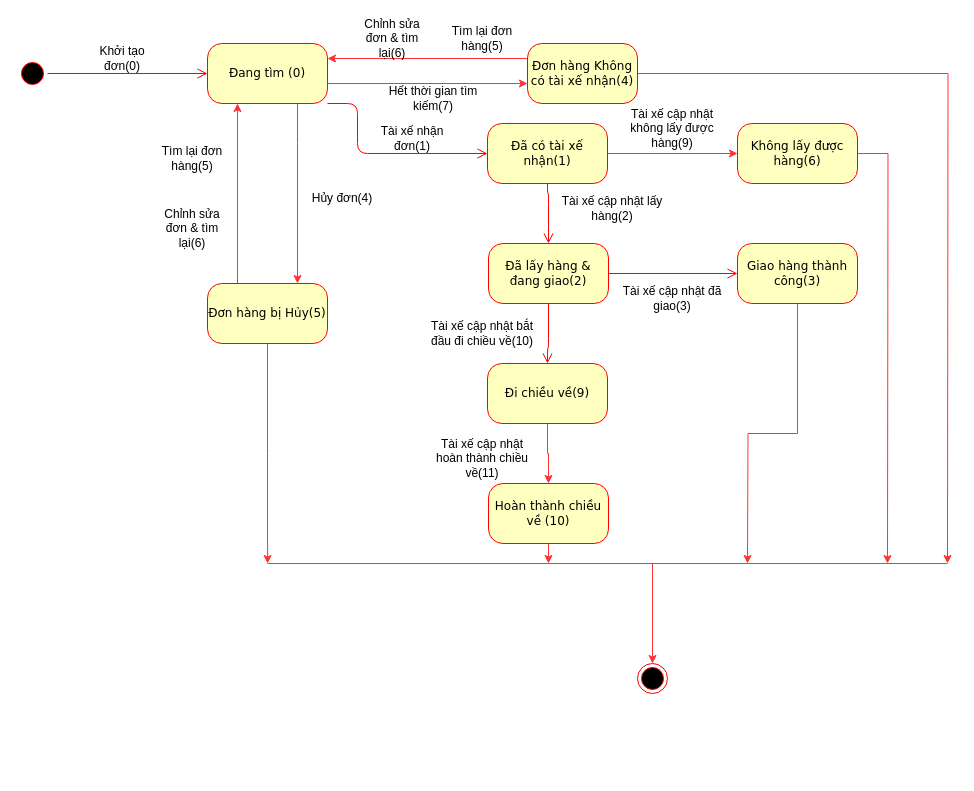
LightKnight3r/TestProject keeps this draw.io diagram as Untitled Diagram.drawio. Above is the earlier version. Source tidied: cells renumbered, new cells numbered last; positions are measured from the earlier drawing's top-left corner, leaving out a move shared by most shapes. Both pictures are drawn from the tidied source at 100%, with x=0, y=0 at pixel (17, 23).
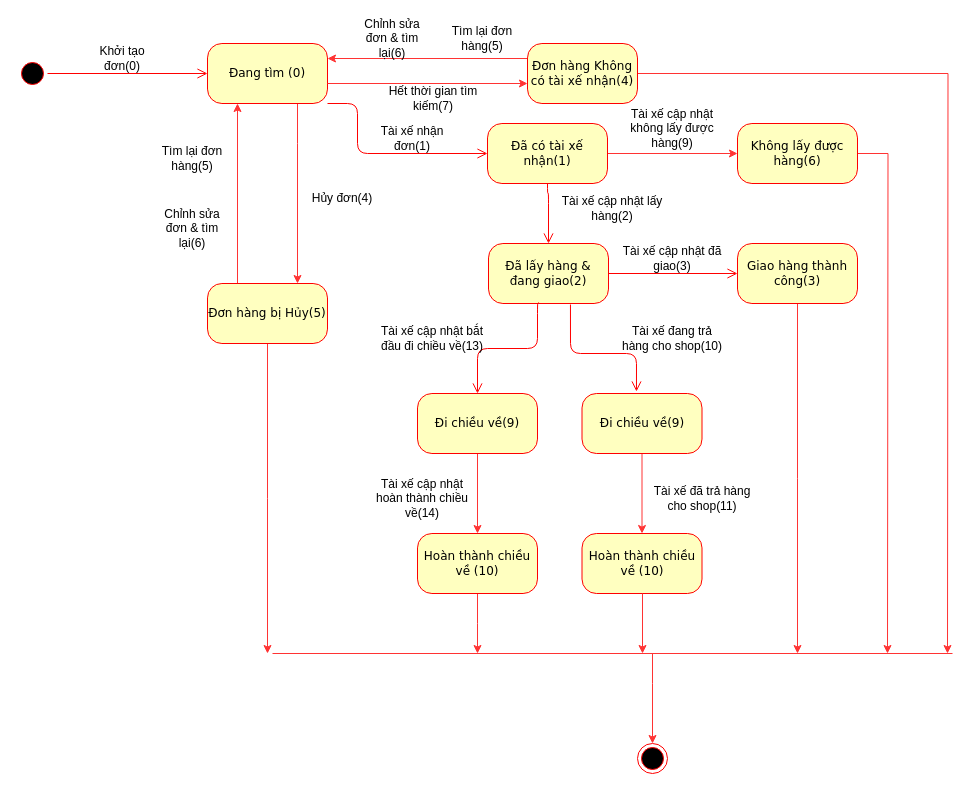
Above is the later version.

Unchanged cells that the change refers to:
```xml
<mxCell id="4" value="Đang tìm (0)" style="rounded=1;whiteSpace=wrap;html=1;arcSize=24;fillColor=#ffffc0;strokeColor=#ff0000;shadow=0;comic=0;labelBackgroundColor=none;fontFamily=Verdana;fontSize=12;fontColor=#000000;align=center;" parent="1" vertex="1">
  <mxGeometry x="190" y="20" width="120" height="60" as="geometry" />
</mxCell>
<mxCell id="6" value="Đã có tài xế nhận(1)" style="rounded=1;whiteSpace=wrap;html=1;arcSize=24;fillColor=#ffffc0;strokeColor=#ff0000;shadow=0;comic=0;labelBackgroundColor=none;fontFamily=Verdana;fontSize=12;fontColor=#000000;align=center;" parent="1" vertex="1">
  <mxGeometry x="470" y="100" width="120" height="60" as="geometry" />
</mxCell>
<mxCell id="8" value="Giao hàng thành công(3)" style="rounded=1;whiteSpace=wrap;html=1;arcSize=24;fillColor=#ffffc0;strokeColor=#ff0000;shadow=0;comic=0;labelBackgroundColor=none;fontFamily=Verdana;fontSize=12;fontColor=#000000;align=center;" parent="1" vertex="1">
  <mxGeometry x="720" y="220" width="120" height="60" as="geometry" />
</mxCell>
<mxCell id="9" value="Đã lấy hàng &amp;amp; đang giao(2)" style="rounded=1;whiteSpace=wrap;html=1;arcSize=24;fillColor=#ffffc0;strokeColor=#ff0000;shadow=0;comic=0;labelBackgroundColor=none;fontFamily=Verdana;fontSize=12;fontColor=#000000;align=center;" parent="1" vertex="1">
  <mxGeometry x="471" y="220" width="120" height="60" as="geometry" />
</mxCell>
<mxCell id="21" value="Không lấy được hàng(6)" style="rounded=1;whiteSpace=wrap;html=1;arcSize=24;fillColor=#ffffc0;strokeColor=#ff0000;shadow=0;comic=0;labelBackgroundColor=none;fontFamily=Verdana;fontSize=12;fontColor=#000000;align=center;" parent="1" vertex="1">
  <mxGeometry x="720" y="100" width="120" height="60" as="geometry" />
</mxCell>
<mxCell id="24" value="Đơn hàng Không có tài xế nhận(4)" style="rounded=1;whiteSpace=wrap;html=1;arcSize=24;fillColor=#ffffc0;strokeColor=#ff0000;shadow=0;comic=0;labelBackgroundColor=none;fontFamily=Verdana;fontSize=12;fontColor=#000000;align=center;" parent="1" vertex="1">
  <mxGeometry x="510" y="20" width="110" height="60" as="geometry" />
</mxCell>
<mxCell id="27" value="Đơn hàng bị Hủy(5)" style="rounded=1;whiteSpace=wrap;html=1;arcSize=24;fillColor=#ffffc0;strokeColor=#ff0000;shadow=0;comic=0;labelBackgroundColor=none;fontFamily=Verdana;fontSize=12;fontColor=#000000;align=center;" parent="1" vertex="1">
  <mxGeometry x="190" y="260" width="120" height="60" as="geometry" />
</mxCell>
```

The edit, as a diff of the source:
```diff
@@
     <mxCell id="7" style="edgeStyle=orthogonalEdgeStyle;rounded=0;jettySize=auto;html=1;strokeColor=#FF3333;" parent="1" edge="1" source="8">
       <mxGeometry relative="1" as="geometry">
-        <mxPoint x="730" y="540" as="targetPoint" />
+        <mxPoint x="780" y="630" as="targetPoint" />
       </mxGeometry>
     </mxCell>
@@
-    <mxCell id="11" style="edgeStyle=orthogonalEdgeStyle;html=1;labelBackgroundColor=none;endArrow=open;endSize=8;strokeColor=#ff0000;fontFamily=Verdana;fontSize=12;align=left;entryX=0;entryY=0.5;exitX=1;exitY=1;exitDx=0;exitDy=0;" parent="1" edge="1" source="4" target="6">
+    <mxCell id="11" style="edgeStyle=orthogonalEdgeStyle;html=1;labelBackgroundColor=none;endArrow=open;endSize=8;strokeColor=#ff0000;fontFamily=Verdana;fontSize=12;align=left;entryX=0;entryY=0.5;" parent="1" edge="1" source="4" target="6">
       <mxGeometry relative="1" as="geometry">
         <Array as="points">
           <mxPoint x="340" y="80" />
           <mxPoint x="340" y="130" />
         </Array>
       </mxGeometry>
     </mxCell>
@@
     <mxCell id="15" value="Đi chiều về(9)" style="rounded=1;whiteSpace=wrap;html=1;arcSize=24;fillColor=#ffffc0;strokeColor=#ff0000;shadow=0;comic=0;labelBackgroundColor=none;fontFamily=Verdana;fontSize=12;fontColor=#000000;align=center;" parent="1" vertex="1">
-      <mxGeometry x="470" y="340" width="120" height="60" as="geometry" />
+      <mxGeometry x="400" y="370" width="120" height="60" as="geometry" />
     </mxCell>
-    <mxCell id="16" style="edgeStyle=orthogonalEdgeStyle;html=1;exitX=0.5;exitY=1;entryX=0.5;entryY=0;labelBackgroundColor=none;endArrow=open;endSize=8;strokeColor=#ff0000;fontFamily=Verdana;fontSize=12;align=left;exitDx=0;exitDy=0;entryDx=0;entryDy=0;" parent="1" edge="1" source="9" target="15">
+    <mxCell id="16" style="edgeStyle=orthogonalEdgeStyle;html=1;exitX=0.417;exitY=0.983;entryX=0.5;entryY=0;labelBackgroundColor=none;endArrow=open;endSize=8;strokeColor=#ff0000;fontFamily=Verdana;fontSize=12;align=left;exitDx=0;exitDy=0;entryDx=0;entryDy=0;exitPerimeter=0;" parent="1" edge="1" source="9" target="15">
       <mxGeometry relative="1" as="geometry">
         <Array as="points">
-          <mxPoint x="530" y="325" />
+          <mxPoint x="521" y="280" />
+          <mxPoint x="520" y="280" />
+          <mxPoint x="520" y="325" />
+          <mxPoint x="460" y="325" />
         </Array>
       </mxGeometry>
     </mxCell>
     <mxCell id="17" style="ellipse;html=1;shape=endState;fillColor=#000000;strokeColor=#ff0000;rounded=1;shadow=0;comic=0;labelBackgroundColor=none;fontFamily=Verdana;fontSize=12;fontColor=#000000;align=center;" parent="1" vertex="1">
-      <mxGeometry x="620" y="640" width="30" height="30" as="geometry" />
+      <mxGeometry x="620" y="720" width="30" height="30" as="geometry" />
     </mxCell>
-    <mxCell id="18" style="edgeStyle=orthogonalEdgeStyle;rounded=0;jettySize=auto;html=1;strokeColor=#FF3333;" parent="1" edge="1" source="19">
+    <mxCell id="18" style="edgeStyle=orthogonalEdgeStyle;rounded=0;jettySize=auto;html=1;strokeColor=#FF3333;exitX=0.5;exitY=1;exitDx=0;exitDy=0;" parent="1" edge="1" source="19">
       <mxGeometry relative="1" as="geometry">
-        <mxPoint x="530" y="540" as="targetPoint" />
+        <mxPoint x="460" y="630" as="targetPoint" />
       </mxGeometry>
     </mxCell>
     <mxCell id="19" value="Hoàn thành chiều về (10)" style="rounded=1;whiteSpace=wrap;html=1;arcSize=24;fillColor=#ffffc0;strokeColor=#ff0000;shadow=0;comic=0;labelBackgroundColor=none;fontFamily=Verdana;fontSize=12;fontColor=#000000;align=center;" parent="1" vertex="1">
-      <mxGeometry x="471" y="460" width="120" height="60" as="geometry" />
+      <mxGeometry x="400" y="510" width="120" height="60" as="geometry" />
     </mxCell>
     <mxCell id="20" style="edgeStyle=orthogonalEdgeStyle;rounded=0;jettySize=auto;html=1;strokeColor=#FF3333;" parent="1" edge="1" source="21">
       <mxGeometry relative="1" as="geometry">
-        <mxPoint x="870" y="540" as="targetPoint" />
+        <mxPoint x="870" y="630" as="targetPoint" />
       </mxGeometry>
     </mxCell>
@@
     <mxCell id="23" style="edgeStyle=orthogonalEdgeStyle;rounded=0;jettySize=auto;html=1;strokeColor=#FF3333;" parent="1" edge="1" source="24">
       <mxGeometry relative="1" as="geometry">
-        <mxPoint x="930" y="540" as="targetPoint" />
+        <mxPoint x="930" y="630" as="targetPoint" />
       </mxGeometry>
     </mxCell>
@@
     <mxCell id="26" style="edgeStyle=orthogonalEdgeStyle;rounded=0;jettySize=auto;html=1;exitX=0.5;exitY=1;exitDx=0;exitDy=0;strokeColor=#FF3333;" parent="1" edge="1" source="27">
       <mxGeometry relative="1" as="geometry">
-        <mxPoint x="250.1" y="540" as="targetPoint" />
+        <mxPoint x="250" y="630" as="targetPoint" />
       </mxGeometry>
     </mxCell>
@@
     <mxCell id="28" style="endArrow=none;html=1;rounded=0;strokeColor=#FF3333;" parent="1" edge="1">
       <mxGeometry relative="1" as="geometry">
-        <mxPoint x="250" y="540" as="sourcePoint" />
-        <mxPoint x="930" y="540" as="targetPoint" />
+        <mxPoint x="255" y="630" as="sourcePoint" />
+        <mxPoint x="935" y="630" as="targetPoint" />
       </mxGeometry>
     </mxCell>
     <mxCell id="29" style="endArrow=classic;html=1;rounded=0;entryX=0.5;entryY=0;entryDx=0;entryDy=0;strokeColor=#FF3333;" parent="1" edge="1" target="17">
       <mxGeometry relative="1" as="geometry">
-        <mxPoint x="635" y="540" as="sourcePoint" />
+        <mxPoint x="635" y="630" as="sourcePoint" />
+        <Array as="points">
+          <mxPoint x="635" y="660" />
+        </Array>
       </mxGeometry>
     </mxCell>
@@
     <mxCell id="33" value="Tài xế cập nhật đã giao(3)" style="text;html=1;strokeColor=none;fillColor=none;align=center;verticalAlign=middle;whiteSpace=wrap;rounded=0;" parent="1" vertex="1">
-      <mxGeometry x="600" y="260" width="110" height="30" as="geometry" />
+      <mxGeometry x="600" y="220" width="110" height="30" as="geometry" />
     </mxCell>
@@
-    <mxCell id="35" value="Tài xế cập nhật bắt đầu đi chiều về(10)" style="text;html=1;strokeColor=none;fillColor=none;align=center;verticalAlign=middle;whiteSpace=wrap;rounded=0;" parent="1" vertex="1">
-      <mxGeometry x="410" y="295" width="110" height="30" as="geometry" />
+    <mxCell id="35" value="Tài xế cập nhật bắt đầu đi chiều về(13)" style="text;html=1;strokeColor=none;fillColor=none;align=center;verticalAlign=middle;whiteSpace=wrap;rounded=0;" parent="1" vertex="1">
+      <mxGeometry x="360" y="300" width="110" height="30" as="geometry" />
     </mxCell>
-    <mxCell id="36" value="Tài xế cập nhật hoàn thành chiều về(11)" style="text;html=1;strokeColor=none;fillColor=none;align=center;verticalAlign=middle;whiteSpace=wrap;rounded=0;" parent="1" vertex="1">
-      <mxGeometry x="410" y="420" width="110" height="30" as="geometry" />
+    <mxCell id="36" value="Tài xế cập nhật hoàn thành chiều về(14)" style="text;html=1;strokeColor=none;fillColor=none;align=center;verticalAlign=middle;whiteSpace=wrap;rounded=0;" parent="1" vertex="1">
+      <mxGeometry x="350" y="460" width="110" height="30" as="geometry" />
     </mxCell>
@@
+    <mxCell id="44" style="edgeStyle=orthogonalEdgeStyle;rounded=0;jettySize=auto;html=1;strokeColor=#FF3333;" parent="1" edge="1" source="45" target="46">
+      <mxGeometry relative="1" as="geometry" />
+    </mxCell>
+    <mxCell id="45" value="Đi chiều về(9)" style="rounded=1;whiteSpace=wrap;html=1;arcSize=24;fillColor=#ffffc0;strokeColor=#ff0000;shadow=0;comic=0;labelBackgroundColor=none;fontFamily=Verdana;fontSize=12;fontColor=#000000;align=center;" parent="1" vertex="1">
+      <mxGeometry x="564.5" y="370" width="120" height="60" as="geometry" />
+    </mxCell>
+    <mxCell id="46" value="Hoàn thành chiều về (10)" style="rounded=1;whiteSpace=wrap;html=1;arcSize=24;fillColor=#ffffc0;strokeColor=#ff0000;shadow=0;comic=0;labelBackgroundColor=none;fontFamily=Verdana;fontSize=12;fontColor=#000000;align=center;" parent="1" vertex="1">
+      <mxGeometry x="564.5" y="510" width="120" height="60" as="geometry" />
+    </mxCell>
+    <mxCell id="47" value="Tài xế đã trả hàng cho shop(11)" style="text;html=1;strokeColor=none;fillColor=none;align=center;verticalAlign=middle;whiteSpace=wrap;rounded=0;" parent="1" vertex="1">
+      <mxGeometry x="630" y="460" width="110" height="30" as="geometry" />
+    </mxCell>
+    <mxCell id="48" style="edgeStyle=orthogonalEdgeStyle;html=1;exitX=0.683;exitY=1.017;entryX=0.454;entryY=-0.033;labelBackgroundColor=none;endArrow=open;endSize=8;strokeColor=#ff0000;fontFamily=Verdana;fontSize=12;align=left;exitDx=0;exitDy=0;entryDx=0;entryDy=0;exitPerimeter=0;entryPerimeter=0;" parent="1" edge="1" source="9" target="45">
+      <mxGeometry relative="1" as="geometry">
+        <Array as="points">
+          <mxPoint x="553" y="330" />
+          <mxPoint x="619" y="330" />
+        </Array>
+      </mxGeometry>
+    </mxCell>
+    <mxCell id="49" style="edgeStyle=orthogonalEdgeStyle;rounded=0;jettySize=auto;html=1;strokeColor=#FF3333;exitX=0.5;exitY=1;exitDx=0;exitDy=0;" parent="1" edge="1" source="46">
+      <mxGeometry relative="1" as="geometry">
+        <mxPoint x="625" y="630" as="targetPoint" />
+        <Array as="points">
+          <mxPoint x="625" y="630" />
+        </Array>
+      </mxGeometry>
+    </mxCell>
+    <mxCell id="50" value="Tài xế đang trả hàng cho shop(10)" style="text;html=1;strokeColor=none;fillColor=none;align=center;verticalAlign=middle;whiteSpace=wrap;rounded=0;" parent="1" vertex="1">
+      <mxGeometry x="600" y="300" width="110" height="30" as="geometry" />
+    </mxCell>
```
